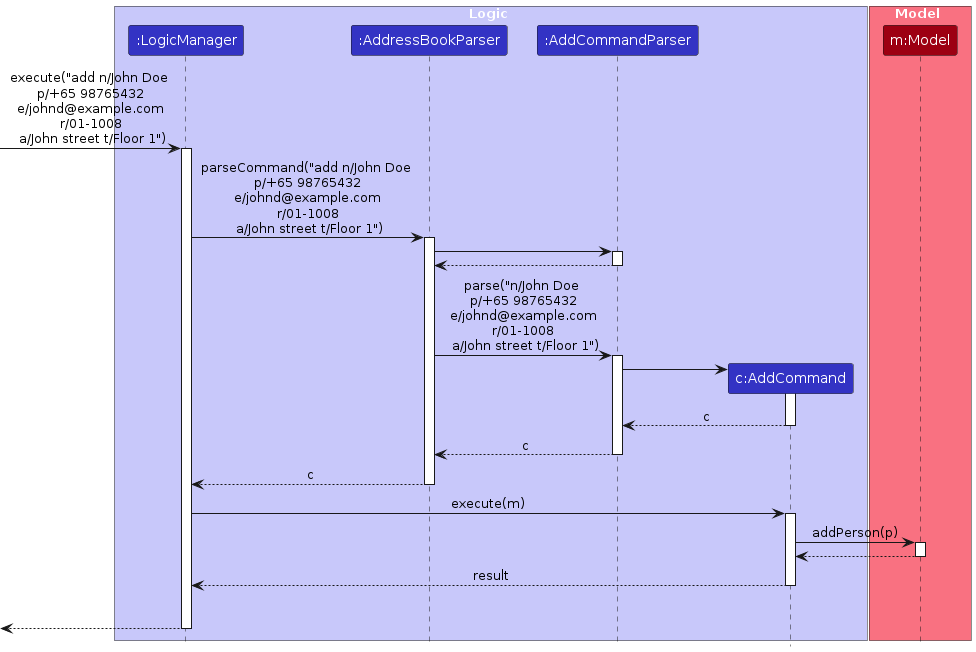
charlesliyifeng/tp keeps this PlantUML diagram as diagrams/AddSequenceDiagram.png. Above is the earlier version. Its source is kept beside it as diagrams/AddSequenceDiagram.puml.
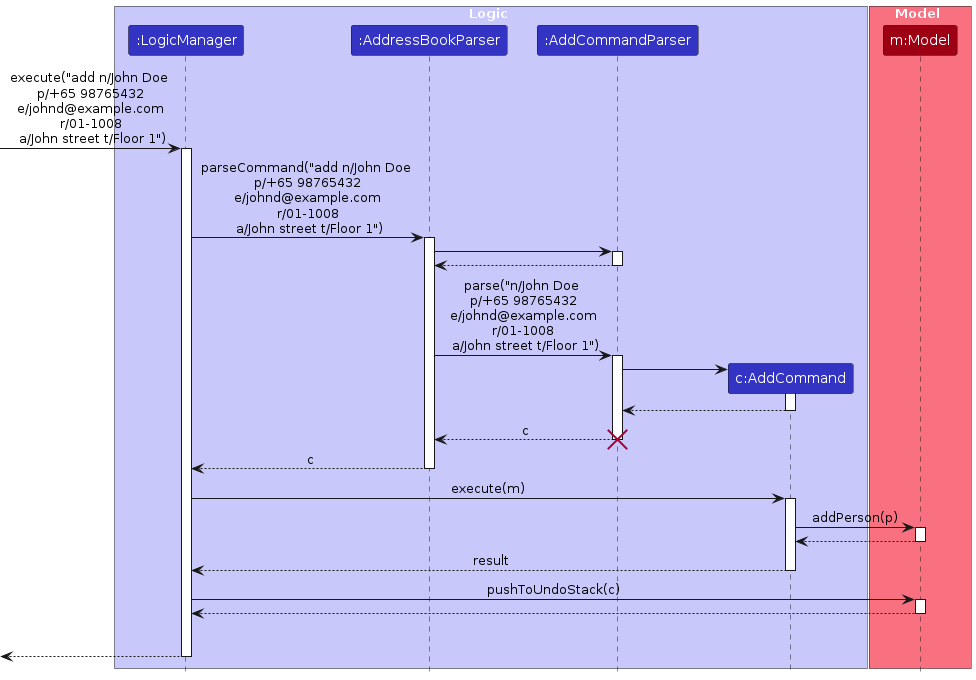
Above is the later version.

What changed in the source:
```diff
@@ -31,12 +31,12 @@
 AddCommandParser -> AddCommand
 activate AddCommand
 
-AddCommand --> AddCommandParser : c
+AddCommand --> AddCommandParser
 deactivate AddCommand
 
 AddCommandParser --> AddressBookParser : c
 deactivate AddCommandParser
-
+destroy AddCommandParser
 
 AddressBookParser --> LogicManager : c
 deactivate AddressBookParser
@@ -53,6 +53,13 @@
 
 AddCommand --> LogicManager : result
 deactivate AddCommand
+
+LogicManager -> Model: pushToUndoStack(c)
+activate Model
+
+Model --> LogicManager
+deactivate Model
+
 AddCommand -[hidden]-> LogicManager : result
 
 
```
